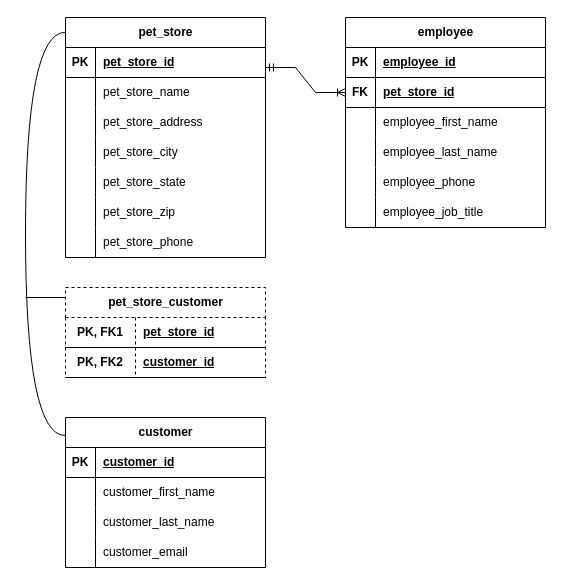
bushwahz/week13-coding-project keeps this draw.io diagram as Week 13 Coding Project.drawio. Above is the earlier version. Source tidied: cells renumbered, new cells numbered last; positions are measured from the earlier drawing's top-left corner, leaving out a move shared by most shapes. Both pictures are drawn from the tidied source at 100%, with x=0, y=0 at pixel (25, -83).
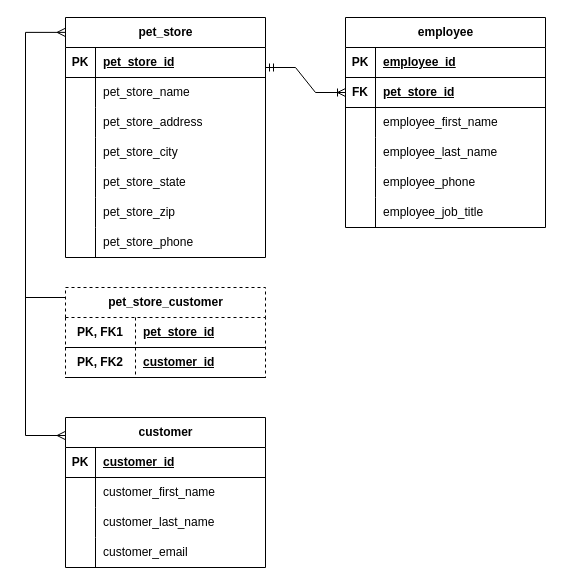
Above is the later version.

The change refers to these unchanged cells:
```xml
<mxCell id="2" value="pet_store" style="shape=table;startSize=30;childLayout=tableLayout;rowLines=0;fontStyle=1;align=center;html=1;" parent="1" vertex="1">
  <mxGeometry x="40" y="100" width="200" height="240" as="geometry" />
</mxCell>
<mxCell id="43" value="customer" style="shape=table;startSize=30;childLayout=tableLayout;rowLines=0;fontStyle=1;align=center;html=1;" parent="1" vertex="1">
  <mxGeometry x="40" y="500" width="200" height="150" as="geometry" />
</mxCell>
```

The edit, as a diff of the source:
```diff
@@
-    <mxCell id="57" style="endArrow=none;html=1;rounded=0;entryX=-0.002;entryY=0.062;entryDx=0;entryDy=0;entryPerimeter=0;exitX=-0.002;exitY=0.12;exitDx=0;exitDy=0;exitPerimeter=0;edgeStyle=orthogonalEdgeStyle;curved=1;" parent="1" edge="1" source="43" target="2">
+    <mxCell id="57" style="endArrow=ERmany;html=1;rounded=0;entryX=-0.002;entryY=0.062;entryDx=0;entryDy=0;entryPerimeter=0;exitX=-0.002;exitY=0.12;exitDx=0;exitDy=0;exitPerimeter=0;edgeStyle=elbowEdgeStyle;startArrow=ERmany;startFill=0;endFill=0;" parent="1" edge="1" source="43" target="2">
       <mxGeometry relative="1" as="geometry">
         <Array as="points">
-          <mxPoint y="518" />
-          <mxPoint y="115" />
+          <mxPoint y="310" />
         </Array>
       </mxGeometry>
     </mxCell>
```
